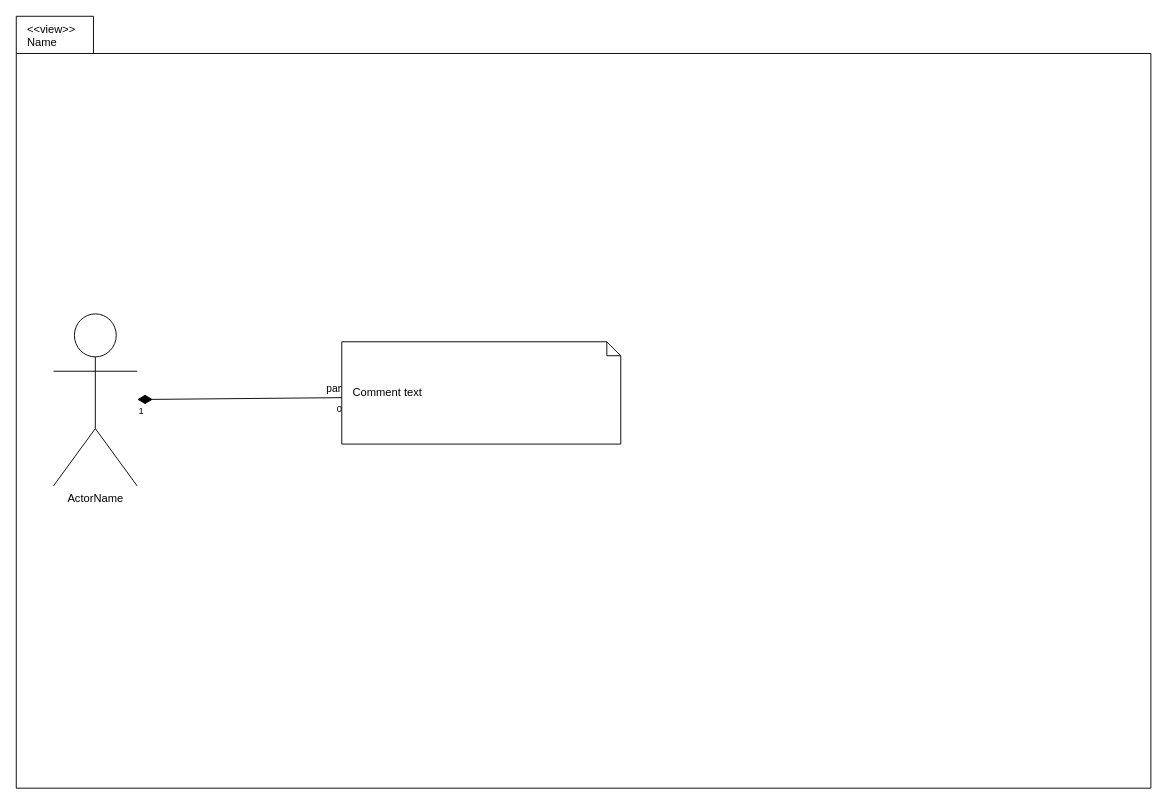
This is diagramme_de_contexte.drawio from merdal667/sin, a draw.io file, before an edit. Source tidied: cells renumbered, new cells numbered last; positions are measured from the earlier drawing's top-left corner, leaving out a move shared by most shapes. Both pictures are drawn from the tidied source at 93%, with x=0, y=0 at pixel (16, 16).
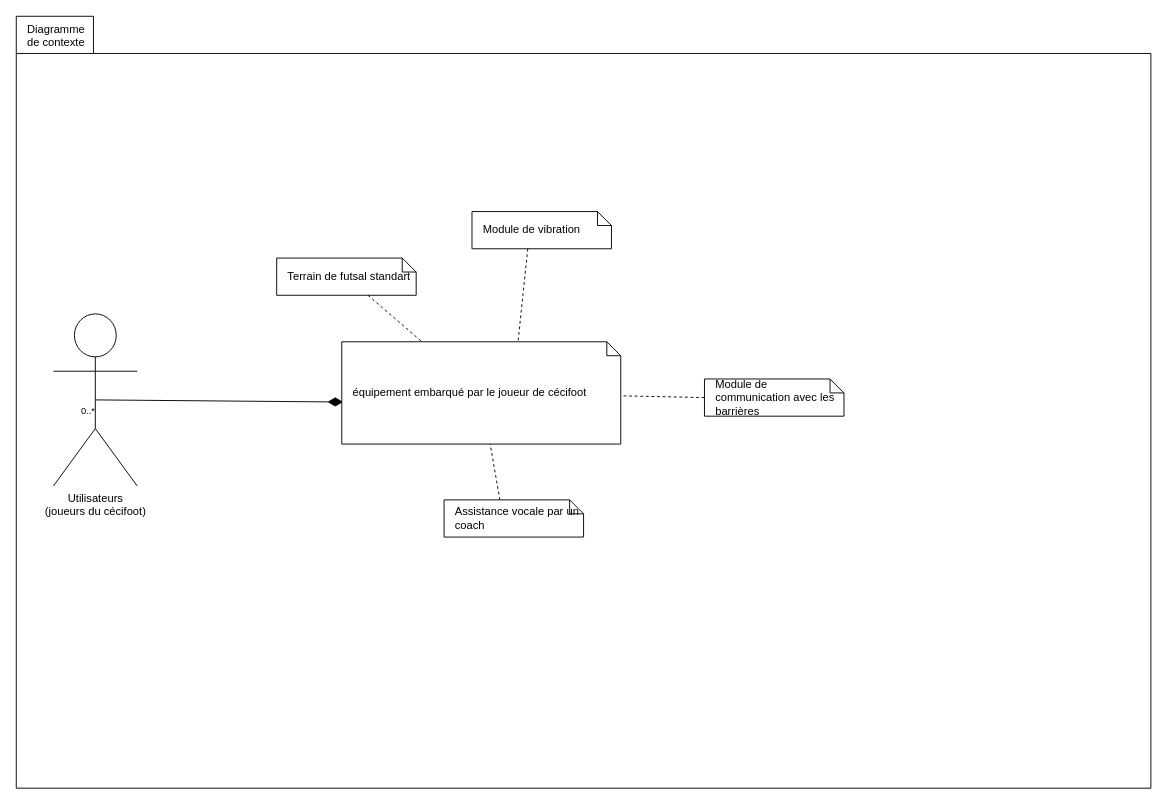
The same page after the edit.

Commit message:
Mettre à jour diagramme_de_contexte.drawio

Change to the diagram source:
```diff
@@
 <mxGraphModel>
   <root>
     <mxCell id="0" />
     <mxCell id="1" parent="0" />
-    <mxCell id="2" value="&amp;lt;&amp;lt;view&amp;gt;&amp;gt;&#10;Name" style="shape=folder;html=1;tabWidth=80;tabHeight=40;tabPosition=left;align=left;verticalAlign=top;spacingLeft=10;whiteSpace=wrap;" parent="1" vertex="1">
+    <mxCell id="2" value="&lt;div&gt;Diagramme&amp;nbsp;&lt;/div&gt;&lt;div&gt;de contexte&lt;/div&gt;" style="shape=folder;html=1;tabWidth=80;tabHeight=40;tabPosition=left;align=left;verticalAlign=top;spacingLeft=10;whiteSpace=wrap;" parent="1" vertex="1">
       <mxGeometry width="1220" height="830" as="geometry" />
     </mxCell>
-    <mxCell id="3" value="ActorName" style="shape=umlActor;html=1;verticalLabelPosition=bottom;verticalAlign=top;align=center;" parent="1" vertex="1">
+    <mxCell id="3" value="&lt;div&gt;Utilisateurs&lt;/div&gt;&lt;div&gt;(joueurs du cécifoot)&lt;br&gt;&lt;/div&gt;" style="shape=umlActor;html=1;verticalLabelPosition=bottom;verticalAlign=top;align=center;" parent="1" vertex="1">
       <mxGeometry x="40" y="320" width="90" height="185" as="geometry" />
     </mxCell>
-    <mxCell id="4" value="part1" style="align=right;html=1;verticalAlign=bottom;endArrow=none;startArrow=diamondThin;startSize=14;startFill=1;edgeStyle=none;rounded=0;" parent="1" edge="1" source="3">
-      <mxGeometry x="1" relative="1" as="geometry">
-        <mxPoint x="360" y="410" as="targetPoint" />
-      </mxGeometry>
+    <mxCell id="4" style="align=right;html=1;verticalAlign=bottom;endArrow=none;startArrow=diamondThin;startSize=14;startFill=1;edgeStyle=none;rounded=0;entryX=0.5;entryY=0.5;entryDx=0;entryDy=0;entryPerimeter=0;exitX=0.005;exitY=0.589;exitDx=0;exitDy=0;exitPerimeter=0;" parent="1" edge="1" source="7" target="3">
+      <mxGeometry x="1" relative="1" as="geometry" />
     </mxCell>
     <mxCell id="5" value="1" style="html=1;align=left;verticalAlign=top;labelBackgroundColor=none;fontSize=10;" parent="4" vertex="1">
       <mxGeometry x="-1" relative="1" as="geometry" />
     </mxCell>
     <mxCell id="6" value="0..*" style="html=1;align=right;verticalAlign=top;labelBackgroundColor=none;fontSize=10;" parent="4" vertex="1">
       <mxGeometry x="1" relative="1" as="geometry" />
     </mxCell>
-    <mxCell id="7" value="Comment text" style="shape=note;size=15;align=left;spacingLeft=10;html=1;whiteSpace=wrap;" parent="1" vertex="1">
+    <mxCell id="7" value="équipement embarqué par le joueur de cécifoot&lt;span style=&quot;white-space: pre;&quot;&gt;&#9;&lt;/span&gt;" style="shape=note;size=15;align=left;spacingLeft=10;html=1;whiteSpace=wrap;" parent="1" vertex="1">
       <mxGeometry x="350" y="350" width="300" height="110" as="geometry" />
     </mxCell>
+    <mxCell id="8" value="Module de vibration" style="shape=note;size=15;align=left;spacingLeft=10;html=1;whiteSpace=wrap;" parent="1" vertex="1">
+      <mxGeometry x="490" y="210" width="150" height="40" as="geometry" />
+    </mxCell>
+    <mxCell id="9" style="edgeStyle=none;endArrow=none;dashed=1;html=1;rounded=0;entryX=0.632;entryY=-0.005;entryDx=0;entryDy=0;entryPerimeter=0;" parent="1" edge="1" target="7">
+      <mxGeometry x="1" relative="1" as="geometry">
+        <mxPoint x="550" y="250" as="sourcePoint" />
+      </mxGeometry>
+    </mxCell>
+    <mxCell id="10" value="Module de communication avec les barrières" style="shape=note;size=15;align=left;spacingLeft=10;html=1;whiteSpace=wrap;" parent="1" vertex="1">
+      <mxGeometry x="740" y="390" width="150" height="40" as="geometry" />
+    </mxCell>
+    <mxCell id="11" style="edgeStyle=none;endArrow=none;exitX=0;exitY=0.5;dashed=1;html=1;rounded=0;exitDx=0;exitDy=0;exitPerimeter=0;" parent="1" edge="1" source="10" target="7">
+      <mxGeometry x="1" relative="1" as="geometry" />
+    </mxCell>
+    <mxCell id="12" value="Assistance vocale par un coach" style="shape=note;size=15;align=left;spacingLeft=10;html=1;whiteSpace=wrap;" parent="1" vertex="1">
+      <mxGeometry x="460" y="520" width="150" height="40" as="geometry" />
+    </mxCell>
+    <mxCell id="13" style="edgeStyle=none;endArrow=none;exitX=0.4;exitY=0;dashed=1;html=1;rounded=0;" parent="1" edge="1" source="12" target="7">
+      <mxGeometry x="1" relative="1" as="geometry" />
+    </mxCell>
+    <mxCell id="14" value="Terrain de futsal standart" style="shape=note;size=15;align=left;spacingLeft=10;html=1;whiteSpace=wrap;" parent="1" vertex="1">
+      <mxGeometry x="280" y="260" width="150" height="40" as="geometry" />
+    </mxCell>
+    <mxCell id="15" style="edgeStyle=none;endArrow=none;dashed=1;html=1;rounded=0;" parent="1" edge="1" source="14" target="7">
+      <mxGeometry x="1" relative="1" as="geometry" />
+    </mxCell>
   </root>
 </mxGraphModel>
```
